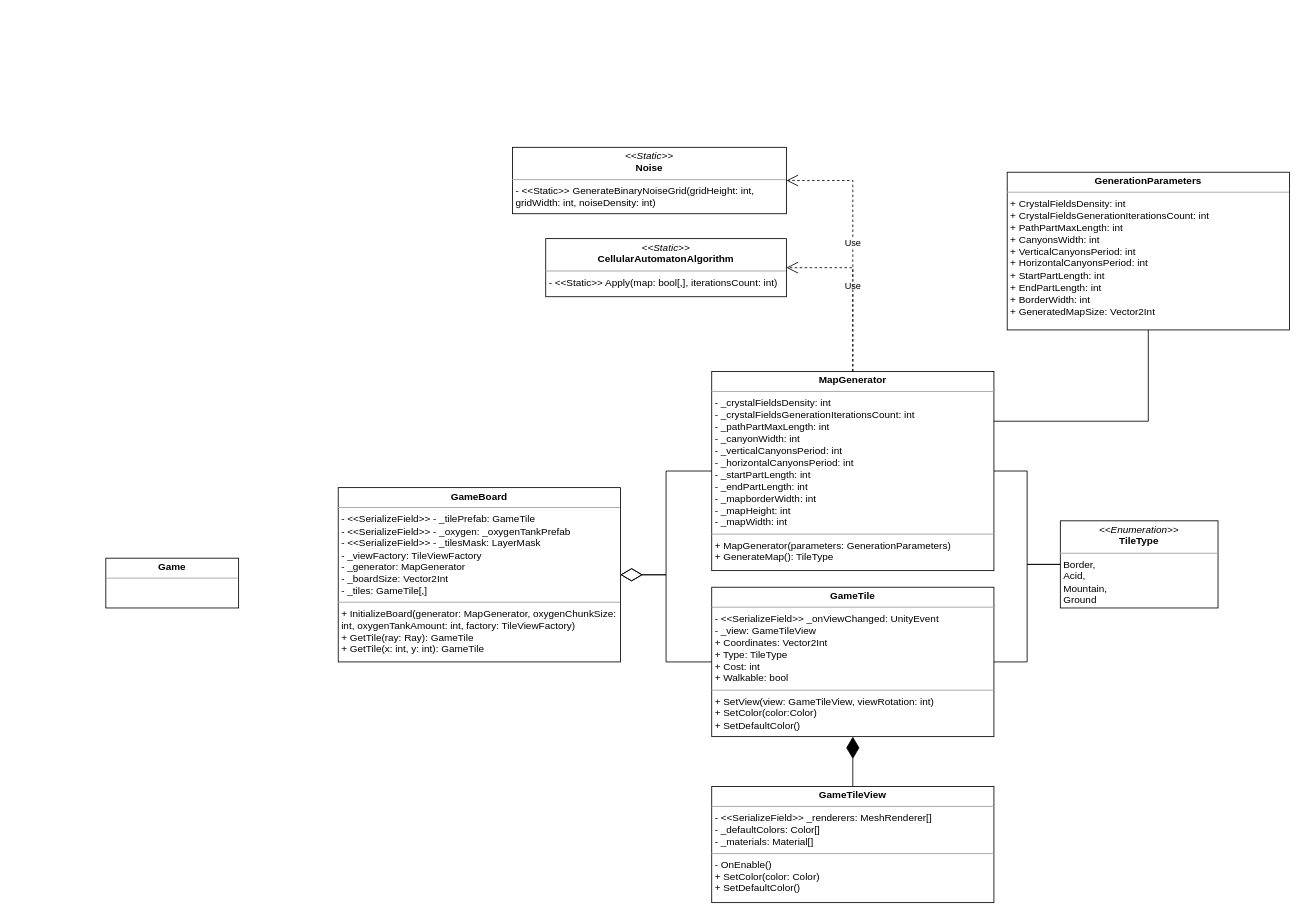
Earlier version of the draw.io diagram Диаграмма без названия.drawio (Mehanari/system_analysis_first_practice). Source tidied: cells renumbered, new cells numbered last; positions are measured from the earlier drawing's top-left corner, leaving out a move shared by most shapes. Both pictures are drawn from the tidied source at 83%, with x=0, y=0 at pixel (105, 147).
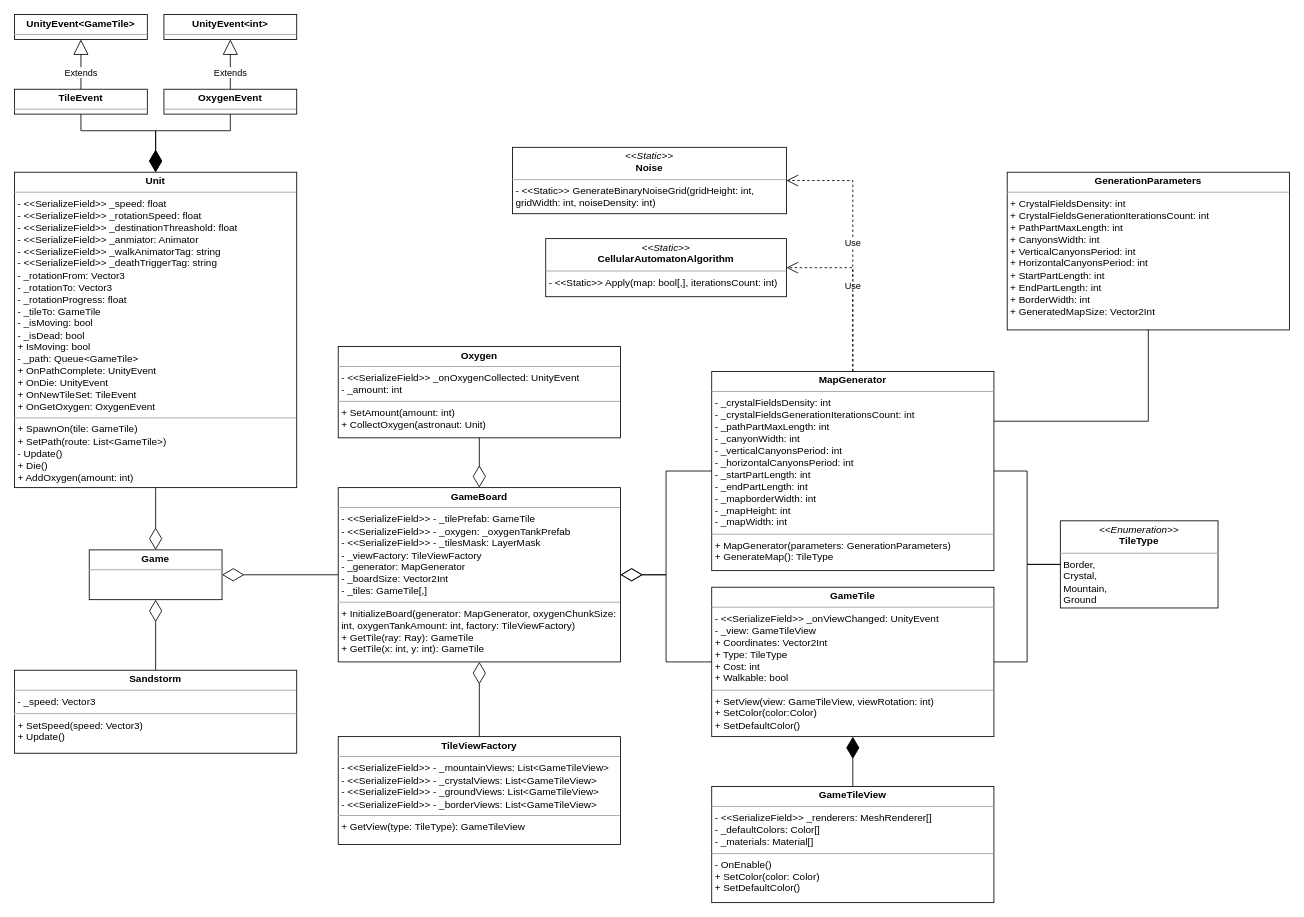
The same page after the edit.

The change refers to these unchanged cells:
```xml
<mxCell id="16" value="&lt;p style=&quot;margin:0px;margin-top:4px;text-align:center;&quot;&gt;&lt;b&gt;GameBoard&lt;/b&gt;&lt;/p&gt;&lt;hr size=&quot;1&quot;&gt;&lt;p style=&quot;margin:0px;margin-left:4px;&quot;&gt;- &amp;lt;&amp;lt;SerializeField&amp;gt;&amp;gt; - _tilePrefab: GameTile&lt;br&gt;&lt;/p&gt;&lt;p style=&quot;margin:0px;margin-left:4px;&quot;&gt;- &amp;lt;&amp;lt;SerializeField&amp;gt;&amp;gt; - _oxygen: _oxygenTankPrefab&lt;/p&gt;&lt;p style=&quot;margin:0px;margin-left:4px;&quot;&gt;- &amp;lt;&amp;lt;SerializeField&amp;gt;&amp;gt; - _tilesMask: LayerMask&lt;/p&gt;&lt;p style=&quot;margin:0px;margin-left:4px;&quot;&gt;- _viewFactory: TileViewFactory&lt;/p&gt;&lt;p style=&quot;margin:0px;margin-left:4px;&quot;&gt;- _generator: MapGenerator&lt;/p&gt;&lt;p style=&quot;margin:0px;margin-left:4px;&quot;&gt;- _boardSize: Vector2Int&lt;/p&gt;&lt;p style=&quot;margin:0px;margin-left:4px;&quot;&gt;- _tiles: GameTile[,]&lt;/p&gt;&lt;hr size=&quot;1&quot;&gt;&lt;p style=&quot;margin:0px;margin-left:4px;&quot;&gt;+ InitializeBoard(generator: MapGenerator, oxygenChunkSize: int, oxygenTankAmount: int, factory: TileViewFactory)&lt;/p&gt;&lt;p style=&quot;margin:0px;margin-left:4px;&quot;&gt;+ GetTile(ray: Ray): GameTile&lt;/p&gt;&lt;p style=&quot;margin:0px;margin-left:4px;&quot;&gt;+ GetTile(x: int, y: int): GameTile&lt;/p&gt;" style="verticalAlign=top;align=left;overflow=fill;fontSize=12;fontFamily=Helvetica;html=1;whiteSpace=wrap;" parent="1" vertex="1">
  <mxGeometry x="280" y="410" width="340" height="210" as="geometry" />
</mxCell>
```

The edit, as a diff of the source:
```diff
@@
     <mxCell id="3" value="&lt;p style=&quot;margin:0px;margin-top:4px;text-align:center;&quot;&gt;&lt;b&gt;Game&lt;/b&gt;&lt;/p&gt;&lt;hr size=&quot;1&quot;&gt;&lt;p style=&quot;margin:0px;margin-left:4px;&quot;&gt;&lt;br&gt;&lt;/p&gt;" style="verticalAlign=top;align=left;overflow=fill;fontSize=12;fontFamily=Helvetica;html=1;whiteSpace=wrap;" parent="1" vertex="1">
-      <mxGeometry y="495" width="160" height="60" as="geometry" />
+      <mxGeometry x="-20" y="485" width="160" height="60" as="geometry" />
     </mxCell>
@@
-    <mxCell id="6" value="&lt;p style=&quot;margin:0px;margin-top:4px;text-align:center;&quot;&gt;&lt;i&gt;&amp;lt;&amp;lt;Enumeration&amp;gt;&amp;gt;&lt;/i&gt;&lt;br&gt;&lt;b&gt;TileType&lt;/b&gt;&lt;/p&gt;&lt;hr size=&quot;1&quot;&gt;&lt;p style=&quot;margin:0px;margin-left:4px;&quot;&gt;Border,&lt;/p&gt;&lt;p style=&quot;margin:0px;margin-left:4px;&quot;&gt;Acid,&lt;/p&gt;&lt;p style=&quot;margin:0px;margin-left:4px;&quot;&gt;Mountain,&lt;/p&gt;&lt;p style=&quot;margin:0px;margin-left:4px;&quot;&gt;Ground&lt;/p&gt;" style="verticalAlign=top;align=left;overflow=fill;fontSize=12;fontFamily=Helvetica;html=1;whiteSpace=wrap;" parent="1" vertex="1">
+    <mxCell id="6" value="&lt;p style=&quot;margin:0px;margin-top:4px;text-align:center;&quot;&gt;&lt;i&gt;&amp;lt;&amp;lt;Enumeration&amp;gt;&amp;gt;&lt;/i&gt;&lt;br&gt;&lt;b&gt;TileType&lt;/b&gt;&lt;/p&gt;&lt;hr size=&quot;1&quot;&gt;&lt;p style=&quot;margin:0px;margin-left:4px;&quot;&gt;Border,&lt;/p&gt;&lt;p style=&quot;margin:0px;margin-left:4px;&quot;&gt;Crystal,&lt;/p&gt;&lt;p style=&quot;margin:0px;margin-left:4px;&quot;&gt;Mountain,&lt;/p&gt;&lt;p style=&quot;margin:0px;margin-left:4px;&quot;&gt;Ground&lt;/p&gt;" style="verticalAlign=top;align=left;overflow=fill;fontSize=12;fontFamily=Helvetica;html=1;whiteSpace=wrap;" parent="1" vertex="1">
       <mxGeometry x="1150" y="450" width="190" height="105" as="geometry" />
     </mxCell>
@@
+    <mxCell id="19" style="endArrow=diamondThin;endFill=0;endSize=24;html=1;rounded=0;exitX=0;exitY=0.5;exitDx=0;exitDy=0;entryX=1;entryY=0.5;entryDx=0;entryDy=0;" parent="1" edge="1" source="16" target="3">
+      <mxGeometry relative="1" as="geometry" />
+    </mxCell>
+    <mxCell id="20" value="&lt;p style=&quot;margin:0px;margin-top:4px;text-align:center;&quot;&gt;&lt;b&gt;TileViewFactory&lt;/b&gt;&lt;/p&gt;&lt;hr size=&quot;1&quot;&gt;&lt;p style=&quot;margin:0px;margin-left:4px;&quot;&gt;- &amp;lt;&amp;lt;SerializeField&amp;gt;&amp;gt; - _mountainViews: List&amp;lt;GameTileView&amp;gt;&lt;br&gt;&lt;/p&gt;&lt;p style=&quot;margin:0px;margin-left:4px;&quot;&gt;- &amp;lt;&amp;lt;SerializeField&amp;gt;&amp;gt; - _crystalViews: List&amp;lt;GameTileView&amp;gt;&lt;/p&gt;&lt;p style=&quot;margin:0px;margin-left:4px;&quot;&gt;- &amp;lt;&amp;lt;SerializeField&amp;gt;&amp;gt; - _groundViews: List&amp;lt;GameTileView&amp;gt;&lt;/p&gt;&lt;p style=&quot;margin:0px;margin-left:4px;&quot;&gt;- &amp;lt;&amp;lt;SerializeField&amp;gt;&amp;gt; - _borderViews: List&amp;lt;GameTileView&amp;gt;&lt;/p&gt;&lt;hr size=&quot;1&quot;&gt;&lt;p style=&quot;margin:0px;margin-left:4px;&quot;&gt;+ GetView(type: TileType): GameTileView&lt;/p&gt;" style="verticalAlign=top;align=left;overflow=fill;fontSize=12;fontFamily=Helvetica;html=1;whiteSpace=wrap;" parent="1" vertex="1">
+      <mxGeometry x="280" y="710" width="340" height="130" as="geometry" />
+    </mxCell>
+    <mxCell id="21" style="endArrow=diamondThin;endFill=0;endSize=24;html=1;rounded=0;exitX=0.5;exitY=0;exitDx=0;exitDy=0;entryX=0.5;entryY=1;entryDx=0;entryDy=0;edgeStyle=orthogonalEdgeStyle;" parent="1" edge="1" source="20" target="16">
+      <mxGeometry relative="1" as="geometry" />
+    </mxCell>
+    <mxCell id="22" value="&lt;p style=&quot;margin:0px;margin-top:4px;text-align:center;&quot;&gt;&lt;b&gt;Oxygen&lt;/b&gt;&lt;/p&gt;&lt;hr size=&quot;1&quot;&gt;&lt;p style=&quot;margin:0px;margin-left:4px;&quot;&gt;- &amp;lt;&amp;lt;SerializeField&amp;gt;&amp;gt; _onOxygenCollected: UnityEvent&lt;/p&gt;&lt;p style=&quot;margin:0px;margin-left:4px;&quot;&gt;- _amount: int&lt;/p&gt;&lt;hr size=&quot;1&quot;&gt;&lt;p style=&quot;margin:0px;margin-left:4px;&quot;&gt;+ SetAmount(amount: int)&lt;/p&gt;&lt;p style=&quot;margin:0px;margin-left:4px;&quot;&gt;+ CollectOxygen(astronaut: Unit)&lt;/p&gt;" style="verticalAlign=top;align=left;overflow=fill;fontSize=12;fontFamily=Helvetica;html=1;whiteSpace=wrap;" parent="1" vertex="1">
+      <mxGeometry x="280" y="240" width="340" height="110" as="geometry" />
+    </mxCell>
+    <mxCell id="23" style="endArrow=diamondThin;endFill=0;endSize=24;html=1;rounded=0;exitX=0.5;exitY=1;exitDx=0;exitDy=0;entryX=0.5;entryY=0;entryDx=0;entryDy=0;edgeStyle=orthogonalEdgeStyle;" parent="1" edge="1" source="22" target="16">
+      <mxGeometry relative="1" as="geometry" />
+    </mxCell>
+    <mxCell id="24" value="&lt;p style=&quot;margin:0px;margin-top:4px;text-align:center;&quot;&gt;&lt;b&gt;Unit&lt;/b&gt;&lt;/p&gt;&lt;hr size=&quot;1&quot;&gt;&lt;p style=&quot;margin:0px;margin-left:4px;&quot;&gt;- &amp;lt;&amp;lt;SerializeField&amp;gt;&amp;gt; _speed: float&lt;br&gt;&lt;/p&gt;&lt;p style=&quot;margin:0px;margin-left:4px;&quot;&gt;- &amp;lt;&amp;lt;SerializeField&amp;gt;&amp;gt; _rotationSpeed: float&lt;/p&gt;&lt;p style=&quot;margin:0px;margin-left:4px;&quot;&gt;- &amp;lt;&amp;lt;SerializeField&amp;gt;&amp;gt; _destinationThreashold: float&lt;/p&gt;&lt;p style=&quot;margin:0px;margin-left:4px;&quot;&gt;- &amp;lt;&amp;lt;SerializeField&amp;gt;&amp;gt; _anmiator: Animator&lt;/p&gt;&lt;p style=&quot;margin:0px;margin-left:4px;&quot;&gt;- &amp;lt;&amp;lt;SerializeField&amp;gt;&amp;gt; _walkAnimatorTag: string&lt;/p&gt;&lt;p style=&quot;margin:0px;margin-left:4px;&quot;&gt;- &amp;lt;&amp;lt;SerializeField&amp;gt;&amp;gt; _deathTriggerTag: string&lt;/p&gt;&lt;p style=&quot;margin:0px;margin-left:4px;&quot;&gt;- _rotationFrom: Vector3&lt;/p&gt;&lt;p style=&quot;margin:0px;margin-left:4px;&quot;&gt;- _rotationTo: Vector3&lt;/p&gt;&lt;p style=&quot;margin:0px;margin-left:4px;&quot;&gt;- _rotationProgress: float&lt;/p&gt;&lt;p style=&quot;margin:0px;margin-left:4px;&quot;&gt;- _tileTo: GameTile&lt;/p&gt;&lt;p style=&quot;margin:0px;margin-left:4px;&quot;&gt;- _isMoving: bool&lt;/p&gt;&lt;p style=&quot;margin:0px;margin-left:4px;&quot;&gt;- _isDead: bool&lt;/p&gt;&lt;p style=&quot;margin:0px;margin-left:4px;&quot;&gt;+ IsMoving: bool&lt;/p&gt;&lt;p style=&quot;margin:0px;margin-left:4px;&quot;&gt;- _path: Queue&amp;lt;GameTile&amp;gt;&lt;/p&gt;&lt;p style=&quot;margin:0px;margin-left:4px;&quot;&gt;+ OnPathComplete: UnityEvent&lt;/p&gt;&lt;p style=&quot;margin:0px;margin-left:4px;&quot;&gt;+ OnDie: UnityEvent&lt;/p&gt;&lt;p style=&quot;margin:0px;margin-left:4px;&quot;&gt;+ OnNewTileSet: TileEvent&lt;/p&gt;&lt;p style=&quot;margin:0px;margin-left:4px;&quot;&gt;+ OnGetOxygen: OxygenEvent&lt;/p&gt;&lt;hr size=&quot;1&quot;&gt;&lt;p style=&quot;margin:0px;margin-left:4px;&quot;&gt;+ SpawnOn(tile: GameTile)&lt;/p&gt;&lt;p style=&quot;margin:0px;margin-left:4px;&quot;&gt;+ SetPath(route: List&amp;lt;GameTile&amp;gt;)&lt;/p&gt;&lt;p style=&quot;margin:0px;margin-left:4px;&quot;&gt;- Update()&lt;/p&gt;&lt;p style=&quot;margin:0px;margin-left:4px;&quot;&gt;+ Die()&lt;/p&gt;&lt;p style=&quot;margin:0px;margin-left:4px;&quot;&gt;+ AddOxygen(amount: int)&lt;/p&gt;" style="verticalAlign=top;align=left;overflow=fill;fontSize=12;fontFamily=Helvetica;html=1;whiteSpace=wrap;" parent="1" vertex="1">
+      <mxGeometry x="-110" y="30" width="340" height="380" as="geometry" />
+    </mxCell>
+    <mxCell id="25" value="&lt;p style=&quot;margin:0px;margin-top:4px;text-align:center;&quot;&gt;&lt;b&gt;TileEvent&lt;/b&gt;&lt;/p&gt;&lt;hr size=&quot;1&quot;&gt;&lt;p style=&quot;margin:0px;margin-left:4px;&quot;&gt;&lt;br&gt;&lt;/p&gt;" style="verticalAlign=top;align=left;overflow=fill;fontSize=12;fontFamily=Helvetica;html=1;whiteSpace=wrap;" parent="1" vertex="1">
+      <mxGeometry x="-110" y="-70" width="160" height="30" as="geometry" />
+    </mxCell>
+    <mxCell id="26" value="&lt;p style=&quot;margin:0px;margin-top:4px;text-align:center;&quot;&gt;&lt;b&gt;UnityEvent&amp;lt;GameTile&amp;gt;&lt;/b&gt;&lt;/p&gt;&lt;hr size=&quot;1&quot;&gt;&lt;p style=&quot;margin:0px;margin-left:4px;&quot;&gt;&lt;br&gt;&lt;/p&gt;" style="verticalAlign=top;align=left;overflow=fill;fontSize=12;fontFamily=Helvetica;html=1;whiteSpace=wrap;" parent="1" vertex="1">
+      <mxGeometry x="-110" y="-160" width="160" height="30" as="geometry" />
+    </mxCell>
+    <mxCell id="27" value="Extends" style="endArrow=block;endSize=16;endFill=0;html=1;rounded=0;exitX=0.5;exitY=0;exitDx=0;exitDy=0;entryX=0.5;entryY=1;entryDx=0;entryDy=0;edgeStyle=orthogonalEdgeStyle;" parent="1" edge="1" source="25" target="26">
+      <mxGeometry x="-0.33" relative="1" as="geometry" />
+    </mxCell>
+    <mxCell id="28" value="&lt;p style=&quot;margin:0px;margin-top:4px;text-align:center;&quot;&gt;&lt;b&gt;OxygenEvent&lt;/b&gt;&lt;/p&gt;&lt;hr size=&quot;1&quot;&gt;&lt;p style=&quot;margin:0px;margin-left:4px;&quot;&gt;&lt;br&gt;&lt;/p&gt;" style="verticalAlign=top;align=left;overflow=fill;fontSize=12;fontFamily=Helvetica;html=1;whiteSpace=wrap;" parent="1" vertex="1">
+      <mxGeometry x="70" y="-70" width="160" height="30" as="geometry" />
+    </mxCell>
+    <mxCell id="29" value="&lt;p style=&quot;margin:0px;margin-top:4px;text-align:center;&quot;&gt;&lt;b&gt;UnityEvent&amp;lt;int&amp;gt;&lt;/b&gt;&lt;/p&gt;&lt;hr size=&quot;1&quot;&gt;&lt;p style=&quot;margin:0px;margin-left:4px;&quot;&gt;&lt;br&gt;&lt;/p&gt;" style="verticalAlign=top;align=left;overflow=fill;fontSize=12;fontFamily=Helvetica;html=1;whiteSpace=wrap;" parent="1" vertex="1">
+      <mxGeometry x="70" y="-160" width="160" height="30" as="geometry" />
+    </mxCell>
+    <mxCell id="30" value="Extends" style="endArrow=block;endSize=16;endFill=0;html=1;rounded=0;exitX=0.5;exitY=0;exitDx=0;exitDy=0;entryX=0.5;entryY=1;entryDx=0;entryDy=0;edgeStyle=orthogonalEdgeStyle;" parent="1" edge="1" source="28" target="29">
+      <mxGeometry x="-0.33" relative="1" as="geometry" />
+    </mxCell>
+    <mxCell id="31" style="endArrow=diamondThin;endFill=1;endSize=24;html=1;rounded=0;exitX=0.5;exitY=1;exitDx=0;exitDy=0;entryX=0.5;entryY=0;entryDx=0;entryDy=0;edgeStyle=orthogonalEdgeStyle;" parent="1" edge="1" source="25" target="24">
+      <mxGeometry relative="1" as="geometry">
+        <Array as="points">
+          <mxPoint x="-30" y="-20" />
+          <mxPoint x="60" y="-20" />
+        </Array>
+      </mxGeometry>
+    </mxCell>
+    <mxCell id="32" style="endArrow=diamondThin;endFill=1;endSize=24;html=1;rounded=0;exitX=0.5;exitY=1;exitDx=0;exitDy=0;entryX=0.5;entryY=0;entryDx=0;entryDy=0;edgeStyle=orthogonalEdgeStyle;" parent="1" edge="1" source="28" target="24">
+      <mxGeometry relative="1" as="geometry">
+        <Array as="points">
+          <mxPoint x="150" y="-20" />
+          <mxPoint x="60" y="-20" />
+        </Array>
+      </mxGeometry>
+    </mxCell>
+    <mxCell id="33" style="endArrow=diamondThin;endFill=0;endSize=24;html=1;rounded=0;exitX=0.5;exitY=1;exitDx=0;exitDy=0;entryX=0.5;entryY=0;entryDx=0;entryDy=0;edgeStyle=orthogonalEdgeStyle;" parent="1" edge="1" source="24" target="3">
+      <mxGeometry relative="1" as="geometry" />
+    </mxCell>
+    <mxCell id="34" value="&lt;p style=&quot;margin:0px;margin-top:4px;text-align:center;&quot;&gt;&lt;b&gt;Sandstorm&lt;/b&gt;&lt;/p&gt;&lt;hr size=&quot;1&quot;&gt;&lt;p style=&quot;margin:0px;margin-left:4px;&quot;&gt;- _speed: Vector3&lt;/p&gt;&lt;hr&gt;&lt;p style=&quot;margin:0px;margin-left:4px;&quot;&gt;+ SetSpeed(speed: Vector3)&lt;/p&gt;&lt;p style=&quot;margin:0px;margin-left:4px;&quot;&gt;+ Update()&lt;/p&gt;" style="verticalAlign=top;align=left;overflow=fill;fontSize=12;fontFamily=Helvetica;html=1;whiteSpace=wrap;" parent="1" vertex="1">
+      <mxGeometry x="-110" y="630" width="340" height="100" as="geometry" />
+    </mxCell>
+    <mxCell id="35" style="endArrow=diamondThin;endFill=0;endSize=24;html=1;rounded=0;exitX=0.5;exitY=0;exitDx=0;exitDy=0;entryX=0.5;entryY=1;entryDx=0;entryDy=0;edgeStyle=orthogonalEdgeStyle;" parent="1" edge="1" source="34" target="3">
+      <mxGeometry relative="1" as="geometry" />
+    </mxCell>
```
